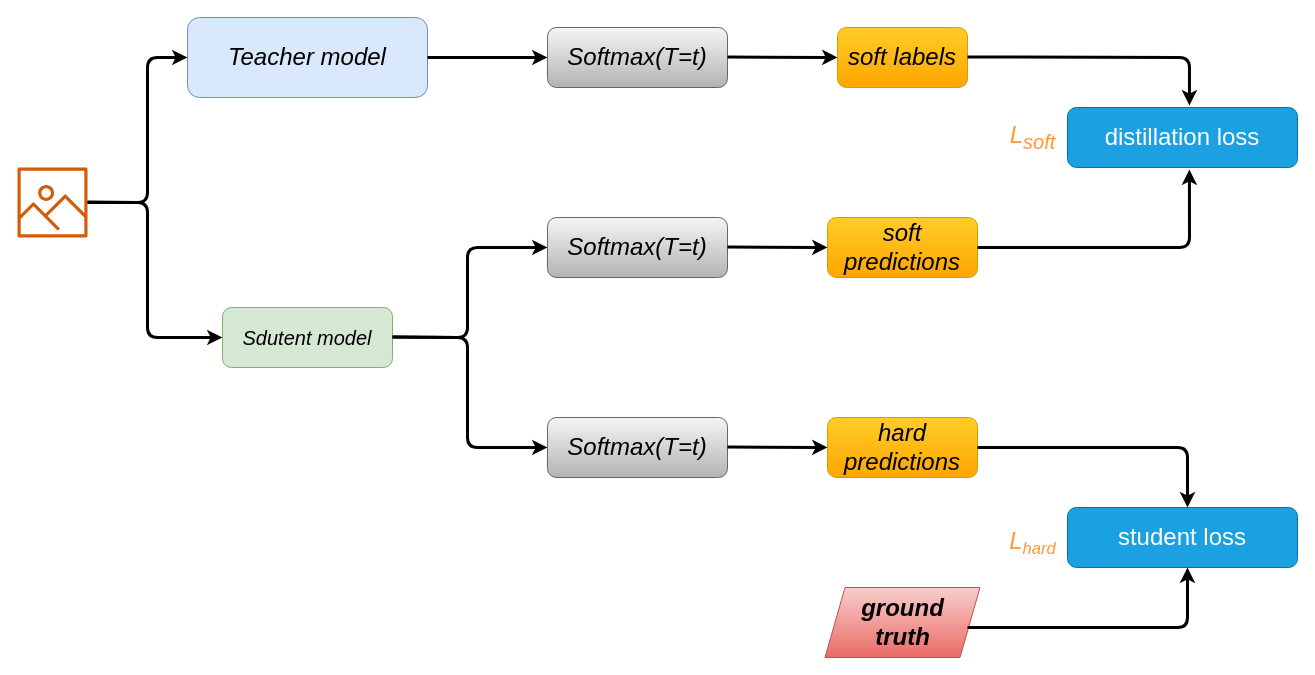
Before: 知识蒸馏/Distilling-the-Knowledge-in-a-Neural-Network.drawio in Corner430/drawio, a draw.io diagram. Source tidied: cells renumbered, new cells numbered last; positions are measured from the earlier drawing's top-left corner, leaving out a move shared by most shapes. Both pictures are drawn from the tidied source at 100%, with x=0, y=0 at pixel (17, 17).
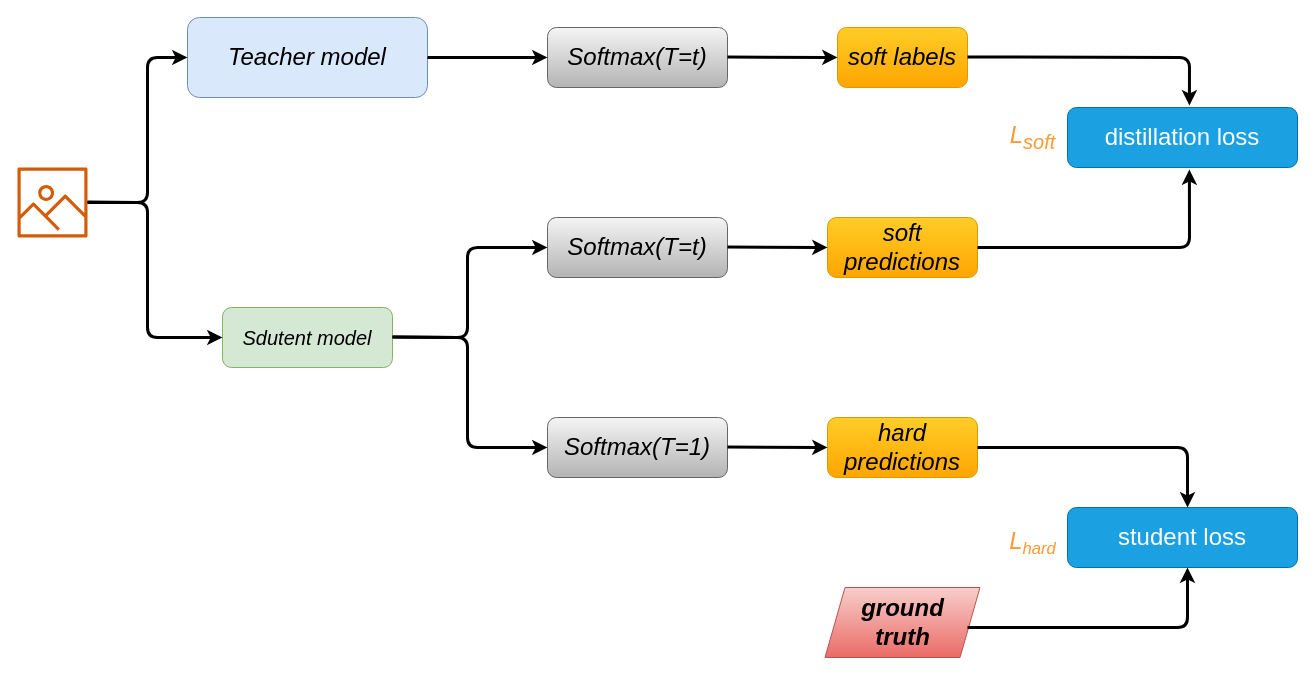
The same page after the edit.

Commit message:
alter_distilling_knowledge_temperature

Diff of the diagram source:
```diff
@@
-    <mxCell id="9" value="&lt;i&gt;Softmax(T=t)&lt;/i&gt;" style="rounded=1;whiteSpace=wrap;html=1;fontSize=24;fillColor=#f5f5f5;gradientColor=#b3b3b3;strokeColor=#666666;" parent="1" vertex="1">
+    <mxCell id="9" value="&lt;i&gt;Softmax(T=1)&lt;/i&gt;" style="rounded=1;whiteSpace=wrap;html=1;fontSize=24;fillColor=#f5f5f5;gradientColor=#b3b3b3;strokeColor=#666666;" parent="1" vertex="1">
       <mxGeometry x="530" y="400" width="180" height="60" as="geometry" />
     </mxCell>
```
